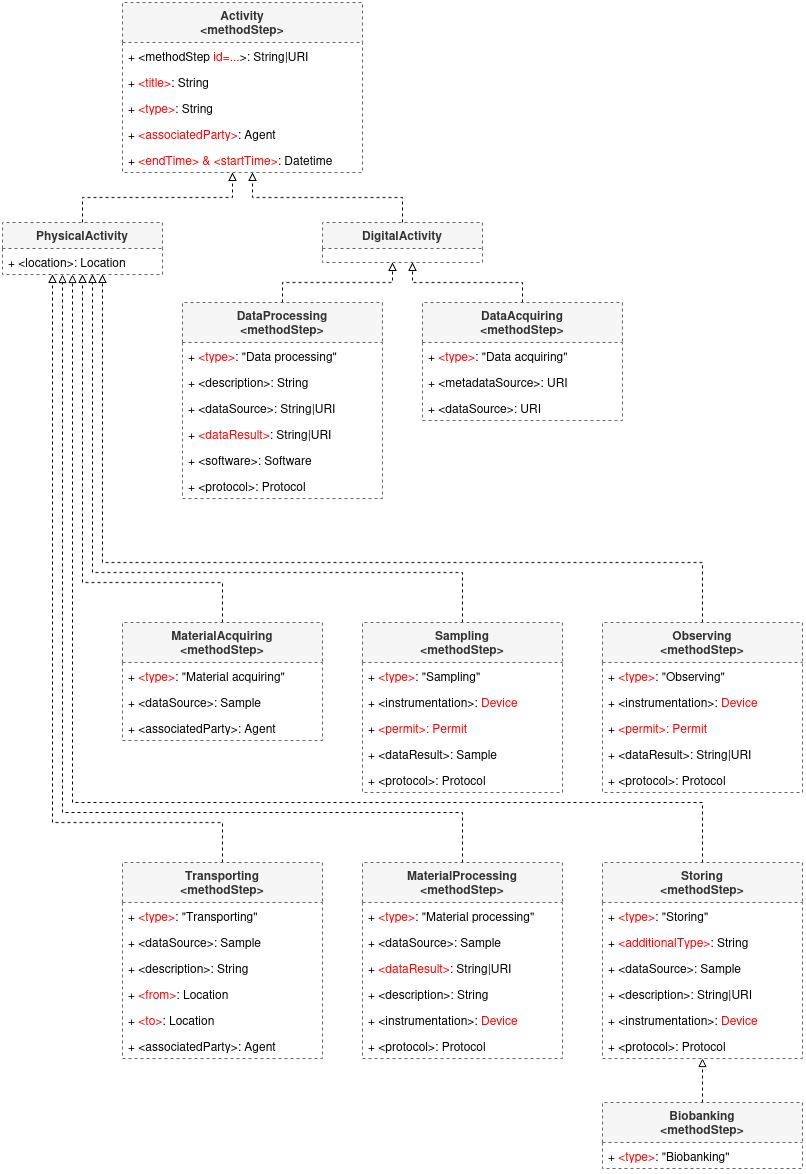
Before: implementations/EML/diagrams/activity_classes_EML.png, a diagram exported from draw.io (vliz-be-opsci/embrc-prov-model). Source tidied: cells renumbered, new cells last; positions are measured from the earlier drawing's top-left corner, leaving out a move shared by most shapes.
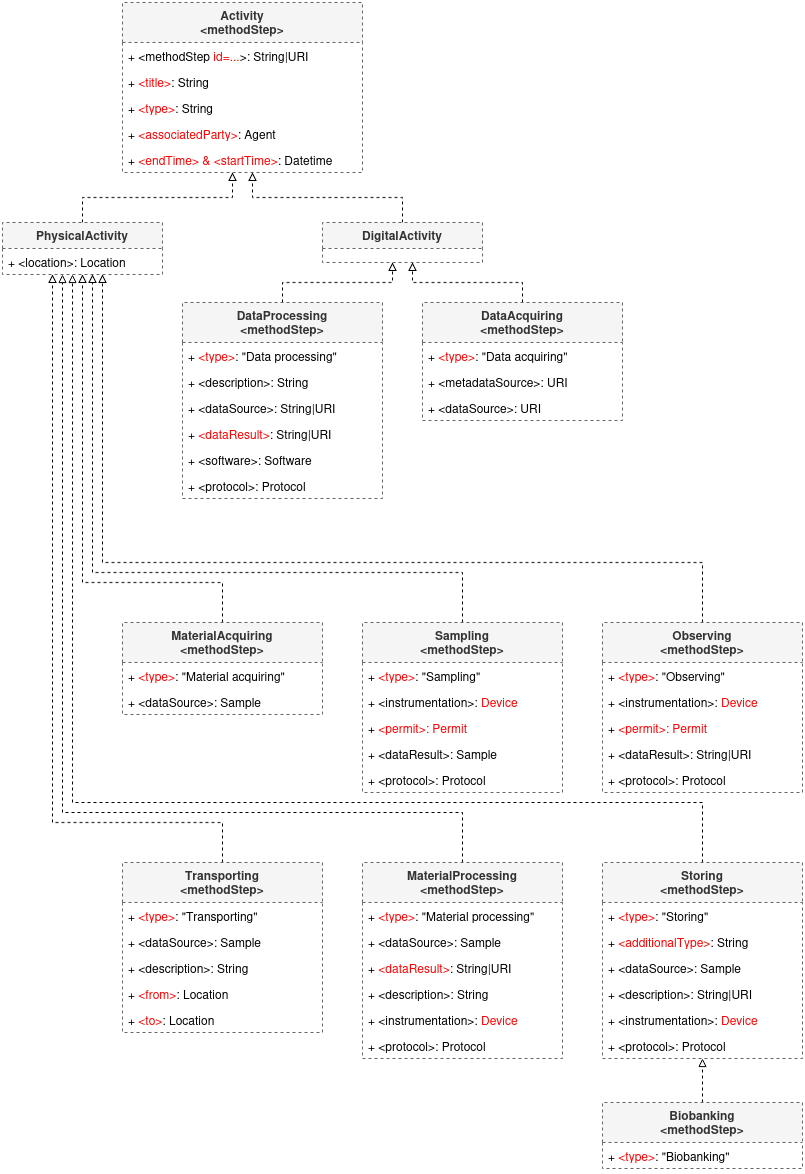
The same diagram one commit later.

Commit message:
Update activity diagram (#7)

The edit, as a diff of the source:
```diff
@@ -103,7 +103,7 @@
       </mxGeometry>
     </mxCell>
     <mxCell id="27" value="&lt;div&gt;&lt;b&gt;MaterialAcquiring&lt;/b&gt;&lt;/div&gt;&lt;div&gt;&lt;b&gt;&amp;lt;methodStep&amp;gt;&lt;/b&gt;&lt;/div&gt;" style="swimlane;fontStyle=0;horizontal=1;startSize=40;fillColor=#f5f5f5;whiteSpace=wrap;html=1;fontColor=#333333;strokeColor=#666666;dashed=1;" parent="1" vertex="1">
-      <mxGeometry x="120" y="620" width="200" height="118" as="geometry" />
+      <mxGeometry x="120" y="620" width="200" height="92" as="geometry" />
     </mxCell>
     <mxCell id="28" value="+&lt;span style=&quot;color: rgb(255, 0, 0);&quot;&gt; &amp;lt;type&amp;gt;&lt;/span&gt;: &quot;Material acquiring&quot;" style="text;strokeColor=none;fillColor=none;align=left;verticalAlign=top;spacingLeft=4;spacingRight=4;overflow=hidden;whiteSpace=wrap;html=1;" parent="27" vertex="1">
       <mxGeometry y="40" width="200" height="26" as="geometry" />
@@ -111,9 +111,6 @@
     <mxCell id="29" value="+ &amp;lt;dataSource&amp;gt;: Sample" style="text;strokeColor=none;fillColor=none;align=left;verticalAlign=top;spacingLeft=4;spacingRight=4;overflow=hidden;whiteSpace=wrap;html=1;" parent="27" vertex="1">
       <mxGeometry y="66" width="200" height="26" as="geometry" />
     </mxCell>
-    <mxCell id="30" value="+ &amp;lt;associatedParty&amp;gt;: Agent" style="text;strokeColor=none;fillColor=none;align=left;verticalAlign=top;spacingLeft=4;spacingRight=4;overflow=hidden;whiteSpace=wrap;html=1;" parent="27" vertex="1">
-      <mxGeometry y="92" width="200" height="26" as="geometry" />
-    </mxCell>
     <mxCell id="31" style="edgeStyle=orthogonalEdgeStyle;rounded=0;jettySize=auto;html=1;dashed=1;endArrow=block;endFill=0;" parent="1" edge="1" source="32" target="9">
       <mxGeometry relative="1" as="geometry">
         <Array as="points">
@@ -175,7 +172,7 @@
       </mxGeometry>
     </mxCell>
     <mxCell id="46" value="&lt;b&gt;Transporting&lt;/b&gt;&lt;div&gt;&lt;b&gt;&amp;lt;methodStep&amp;gt;&lt;/b&gt;&lt;/div&gt;" style="swimlane;fontStyle=0;horizontal=1;startSize=40;fillColor=#f5f5f5;whiteSpace=wrap;html=1;fontColor=#333333;strokeColor=#666666;dashed=1;" parent="1" vertex="1">
-      <mxGeometry x="120" y="860" width="200" height="196" as="geometry" />
+      <mxGeometry x="120" y="860" width="200" height="170" as="geometry" />
     </mxCell>
     <mxCell id="47" value="+&lt;span style=&quot;color: rgb(255, 0, 0);&quot;&gt; &amp;lt;type&amp;gt;&lt;/span&gt;: &quot;Transporting&quot;" style="text;strokeColor=none;fillColor=none;align=left;verticalAlign=top;spacingLeft=4;spacingRight=4;overflow=hidden;whiteSpace=wrap;html=1;" parent="46" vertex="1">
       <mxGeometry y="40" width="200" height="26" as="geometry" />
@@ -192,9 +189,6 @@
     <mxCell id="51" value="+&lt;span style=&quot;color: rgb(255, 0, 0);&quot;&gt; &amp;lt;to&amp;gt;&lt;/span&gt;: Location" style="text;strokeColor=none;fillColor=none;align=left;verticalAlign=top;spacingLeft=4;spacingRight=4;overflow=hidden;whiteSpace=wrap;html=1;" parent="46" vertex="1">
       <mxGeometry y="144" width="200" height="26" as="geometry" />
     </mxCell>
-    <mxCell id="52" value="+ &amp;lt;associatedParty&amp;gt;: Agent" style="text;strokeColor=none;fillColor=none;align=left;verticalAlign=top;spacingLeft=4;spacingRight=4;overflow=hidden;whiteSpace=wrap;html=1;" parent="46" vertex="1">
-      <mxGeometry y="170" width="200" height="26" as="geometry" />
-    </mxCell>
     <mxCell id="53" style="edgeStyle=orthogonalEdgeStyle;rounded=0;jettySize=auto;html=1;dashed=1;endArrow=block;endFill=0;" parent="1" edge="1" source="54" target="9">
       <mxGeometry relative="1" as="geometry">
         <Array as="points">
```
